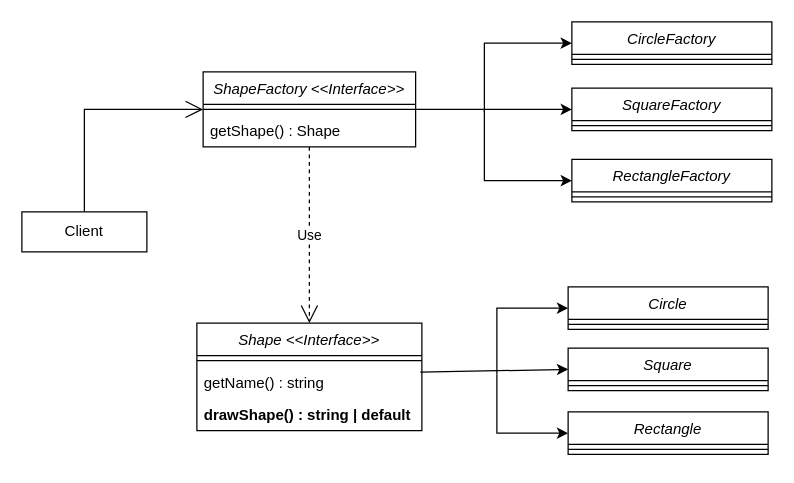
Before: umls/Factory.drawio in rishabmamgai/LLD, a draw.io diagram. Source tidied: cells renumbered, new cells numbered last; positions are measured from the earlier drawing's top-left corner, leaving out a move shared by most shapes. Both pictures are drawn from the tidied source at 125%, with x=0, y=0 at pixel (21, 21).
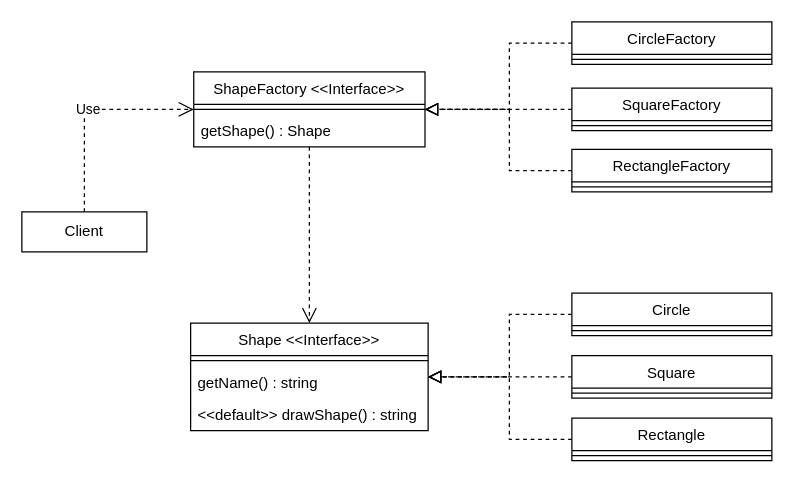
The same page after the edit.

What changed in the source:
```diff
@@
-    <mxCell id="2" value="ShapeFactory &lt;&lt;Interface&gt;&gt;" style="swimlane;fontStyle=2;align=center;verticalAlign=top;horizontal=1;startSize=26;rounded=0;shadow=0;strokeWidth=1;" parent="1" vertex="1">
-      <mxGeometry x="145" y="40" width="170" height="60" as="geometry" />
+    <mxCell id="2" value="ShapeFactory &lt;&lt;Interface&gt;&gt;" style="swimlane;fontStyle=0;align=center;verticalAlign=top;horizontal=1;startSize=26;rounded=0;shadow=0;strokeWidth=1;" parent="1" vertex="1">
+      <mxGeometry x="137.5" y="40" width="185" height="60" as="geometry" />
     </mxCell>
     <mxCell id="3" style="line;html=1;strokeWidth=1;align=left;verticalAlign=middle;spacingTop=-1;spacingLeft=3;spacingRight=3;labelPosition=right;" parent="2" vertex="1">
-      <mxGeometry y="26" width="170" height="8" as="geometry" />
+      <mxGeometry y="26" width="185" height="8" as="geometry" />
     </mxCell>
     <mxCell id="4" value="getShape() : Shape" style="text;align=left;verticalAlign=top;spacingLeft=4;spacingRight=4;overflow=hidden;" parent="2" vertex="1">
-      <mxGeometry y="34" width="170" height="26" as="geometry" />
+      <mxGeometry y="34" width="185" height="26" as="geometry" />
     </mxCell>
-    <mxCell id="5" value="SquareFactory" style="swimlane;fontStyle=2;align=center;verticalAlign=top;horizontal=1;startSize=26;rounded=0;shadow=0;strokeWidth=1;" parent="1" vertex="1">
+    <mxCell id="5" value="SquareFactory" style="swimlane;fontStyle=0;align=center;verticalAlign=top;horizontal=1;startSize=26;rounded=0;shadow=0;strokeWidth=1;" parent="1" vertex="1">
       <mxGeometry x="440" y="53" width="160" height="34" as="geometry" />
     </mxCell>
@@
-    <mxCell id="7" value="CircleFactory" style="swimlane;fontStyle=2;align=center;verticalAlign=top;horizontal=1;startSize=26;rounded=0;shadow=0;strokeWidth=1;" parent="1" vertex="1">
+    <mxCell id="7" value="CircleFactory" style="swimlane;fontStyle=0;align=center;verticalAlign=top;horizontal=1;startSize=26;rounded=0;shadow=0;strokeWidth=1;" parent="1" vertex="1">
       <mxGeometry x="440" width="160" height="34" as="geometry" />
     </mxCell>
@@
-    <mxCell id="9" value="RectangleFactory" style="swimlane;fontStyle=2;align=center;verticalAlign=top;horizontal=1;startSize=26;rounded=0;shadow=0;strokeWidth=1;" parent="1" vertex="1">
-      <mxGeometry x="440" y="110" width="160" height="34" as="geometry" />
+    <mxCell id="9" value="RectangleFactory" style="swimlane;fontStyle=0;align=center;verticalAlign=top;horizontal=1;startSize=26;rounded=0;shadow=0;strokeWidth=1;" parent="1" vertex="1">
+      <mxGeometry x="440" y="102" width="160" height="34" as="geometry" />
     </mxCell>
@@
-    <mxCell id="11" style="endArrow=classic;html=1;rounded=0;entryX=0;entryY=0.5;entryDx=0;entryDy=0;exitX=1;exitY=0.5;exitDx=0;exitDy=0;" parent="1" edge="1" source="2" target="5">
-      <mxGeometry relative="1" as="geometry" />
-    </mxCell>
-    <mxCell id="12" style="endArrow=classic;html=1;rounded=0;entryX=0;entryY=0.5;entryDx=0;entryDy=0;" parent="1" edge="1" target="7">
-      <mxGeometry relative="1" as="geometry">
-        <mxPoint x="370" y="72" as="sourcePoint" />
-        <Array as="points">
-          <mxPoint x="370" y="17" />
-        </Array>
-      </mxGeometry>
-    </mxCell>
-    <mxCell id="13" style="endArrow=classic;html=1;rounded=0;entryX=0;entryY=0.5;entryDx=0;entryDy=0;" parent="1" edge="1" target="9">
-      <mxGeometry relative="1" as="geometry">
-        <mxPoint x="370" y="70" as="sourcePoint" />
-        <Array as="points">
-          <mxPoint x="370" y="127" />
-        </Array>
-      </mxGeometry>
-    </mxCell>
-    <mxCell id="14" value="Shape &lt;&lt;Interface&gt;&gt;" style="swimlane;fontStyle=2;align=center;verticalAlign=top;horizontal=1;startSize=26;rounded=0;shadow=0;strokeWidth=1;" parent="1" vertex="1">
-      <mxGeometry x="140" y="241" width="180" height="86" as="geometry" />
+    <mxCell id="14" value="Shape &lt;&lt;Interface&gt;&gt;" style="swimlane;fontStyle=0;align=center;verticalAlign=top;horizontal=1;startSize=26;rounded=0;shadow=0;strokeWidth=1;" parent="1" vertex="1">
+      <mxGeometry x="135" y="241" width="190" height="86" as="geometry" />
     </mxCell>
     <mxCell id="15" style="line;html=1;strokeWidth=1;align=left;verticalAlign=middle;spacingTop=-1;spacingLeft=3;spacingRight=3;labelPosition=right;" parent="14" vertex="1">
-      <mxGeometry y="26" width="180" height="8" as="geometry" />
+      <mxGeometry y="26" width="190" height="8" as="geometry" />
     </mxCell>
     <mxCell id="16" value="getName() : string" style="text;align=left;verticalAlign=top;spacingLeft=4;spacingRight=4;overflow=hidden;points=[[0,0.5],[1,0.5]];portConstraint=eastwest;" parent="14" vertex="1">
-      <mxGeometry y="34" width="180" height="26" as="geometry" />
+      <mxGeometry y="34" width="190" height="26" as="geometry" />
     </mxCell>
-    <mxCell id="17" value="drawShape() : string | default" style="text;align=left;verticalAlign=top;spacingLeft=4;spacingRight=4;overflow=hidden;fontStyle=1;" parent="14" vertex="1">
-      <mxGeometry y="60" width="180" height="26" as="geometry" />
+    <mxCell id="17" value="&lt;&lt;default&gt;&gt; drawShape() : string" style="text;align=left;verticalAlign=top;spacingLeft=4;spacingRight=4;overflow=hidden;fontStyle=0;" parent="14" vertex="1">
+      <mxGeometry y="60" width="190" height="26" as="geometry" />
     </mxCell>
-    <mxCell id="18" value="Square" style="swimlane;fontStyle=2;align=center;verticalAlign=top;horizontal=1;startSize=26;rounded=0;shadow=0;strokeWidth=1;" parent="1" vertex="1">
-      <mxGeometry x="437" y="261" width="160" height="34" as="geometry" />
+    <mxCell id="18" value="Square" style="swimlane;fontStyle=0;align=center;verticalAlign=top;horizontal=1;startSize=26;rounded=0;shadow=0;strokeWidth=1;" parent="1" vertex="1">
+      <mxGeometry x="440" y="267" width="160" height="34" as="geometry" />
     </mxCell>
@@
-    <mxCell id="20" value="Circle" style="swimlane;fontStyle=2;align=center;verticalAlign=top;horizontal=1;startSize=26;rounded=0;shadow=0;strokeWidth=1;" parent="1" vertex="1">
-      <mxGeometry x="437" y="212" width="160" height="34" as="geometry" />
+    <mxCell id="20" value="Circle" style="swimlane;fontStyle=0;align=center;verticalAlign=top;horizontal=1;startSize=26;rounded=0;shadow=0;strokeWidth=1;" parent="1" vertex="1">
+      <mxGeometry x="440" y="217" width="160" height="34" as="geometry" />
     </mxCell>
@@
-    <mxCell id="22" value="Rectangle" style="swimlane;fontStyle=2;align=center;verticalAlign=top;horizontal=1;startSize=26;rounded=0;shadow=0;strokeWidth=1;" parent="1" vertex="1">
-      <mxGeometry x="437" y="312" width="160" height="34" as="geometry" />
+    <mxCell id="22" value="Rectangle" style="swimlane;fontStyle=0;align=center;verticalAlign=top;horizontal=1;startSize=26;rounded=0;shadow=0;strokeWidth=1;" parent="1" vertex="1">
+      <mxGeometry x="440" y="317" width="160" height="34" as="geometry" />
     </mxCell>
@@
-    <mxCell id="24" style="endArrow=classic;html=1;rounded=0;entryX=0;entryY=0.5;entryDx=0;entryDy=0;exitX=0.993;exitY=0.201;exitDx=0;exitDy=0;exitPerimeter=0;" parent="1" edge="1" source="16" target="18">
-      <mxGeometry relative="1" as="geometry" />
-    </mxCell>
-    <mxCell id="25" style="endArrow=classic;html=1;rounded=0;entryX=0;entryY=0.5;entryDx=0;entryDy=0;" parent="1" edge="1" target="20">
-      <mxGeometry relative="1" as="geometry">
-        <mxPoint x="380" y="282" as="sourcePoint" />
-        <Array as="points">
-          <mxPoint x="380" y="229" />
-        </Array>
-      </mxGeometry>
-    </mxCell>
-    <mxCell id="26" style="endArrow=classic;html=1;rounded=0;entryX=0;entryY=0.5;entryDx=0;entryDy=0;" parent="1" edge="1" target="22">
-      <mxGeometry relative="1" as="geometry">
-        <mxPoint x="380" y="282" as="sourcePoint" />
-        <Array as="points">
-          <mxPoint x="380" y="329" />
-        </Array>
-      </mxGeometry>
-    </mxCell>
+    <mxCell id="28" value="Client" style="rounded=0;whiteSpace=wrap;html=1;" parent="1" vertex="1">
+      <mxGeometry y="152" width="100" height="32" as="geometry" />
+    </mxCell>
+    <mxCell id="30" style="endArrow=block;html=1;rounded=0;dashed=1;endSize=8;endFill=0;exitX=0;exitY=0.5;exitDx=0;exitDy=0;entryX=1;entryY=0.5;entryDx=0;entryDy=0;" parent="1" edge="1" source="20" target="14">
+      <mxGeometry relative="1" as="geometry">
+        <Array as="points">
+          <mxPoint x="390" y="234" />
+          <mxPoint x="390" y="284" />
+        </Array>
+      </mxGeometry>
+    </mxCell>
+    <mxCell id="31" style="endArrow=block;html=1;rounded=0;dashed=1;endSize=8;endFill=0;exitX=0;exitY=0.5;exitDx=0;exitDy=0;entryX=1;entryY=0.5;entryDx=0;entryDy=0;" parent="1" edge="1" source="22" target="14">
+      <mxGeometry relative="1" as="geometry">
+        <Array as="points">
+          <mxPoint x="390" y="334" />
+          <mxPoint x="390" y="284" />
+        </Array>
+      </mxGeometry>
+    </mxCell>
+    <mxCell id="32" style="endArrow=block;html=1;rounded=0;dashed=1;endSize=8;endFill=0;exitX=0;exitY=0.5;exitDx=0;exitDy=0;entryX=1;entryY=0.5;entryDx=0;entryDy=0;" parent="1" edge="1" source="18" target="14">
+      <mxGeometry relative="1" as="geometry" />
+    </mxCell>
+    <mxCell id="33" style="endArrow=block;html=1;rounded=0;dashed=1;endSize=8;endFill=0;exitX=0;exitY=0.5;exitDx=0;exitDy=0;entryX=1;entryY=0.5;entryDx=0;entryDy=0;" parent="1" edge="1" source="7" target="2">
+      <mxGeometry relative="1" as="geometry">
+        <Array as="points">
+          <mxPoint x="390" y="17" />
+          <mxPoint x="390" y="70" />
+        </Array>
+      </mxGeometry>
+    </mxCell>
+    <mxCell id="34" style="endArrow=block;html=1;rounded=0;dashed=1;endSize=8;endFill=0;exitX=0;exitY=0.5;exitDx=0;exitDy=0;entryX=1;entryY=0.5;entryDx=0;entryDy=0;" parent="1" edge="1" source="9" target="2">
+      <mxGeometry relative="1" as="geometry">
+        <Array as="points">
+          <mxPoint x="390" y="119" />
+          <mxPoint x="390" y="70" />
+        </Array>
+      </mxGeometry>
+    </mxCell>
+    <mxCell id="35" style="endArrow=block;html=1;rounded=0;dashed=1;endSize=8;endFill=0;exitX=0;exitY=0.5;exitDx=0;exitDy=0;entryX=1;entryY=0.5;entryDx=0;entryDy=0;" parent="1" edge="1" source="5" target="2">
+      <mxGeometry relative="1" as="geometry">
+        <Array as="points">
+          <mxPoint x="400" y="70" />
+        </Array>
+      </mxGeometry>
+    </mxCell>
+    <mxCell id="36" style="endArrow=open;html=1;rounded=0;dashed=1;endSize=10;endFill=0;entryX=0.5;entryY=0;entryDx=0;entryDy=0;exitX=0.5;exitY=1;exitDx=0;exitDy=0;" parent="1" edge="1" source="2" target="14">
+      <mxGeometry relative="1" as="geometry" />
+    </mxCell>
-    <mxCell id="27" value="Use" style="endArrow=open;endSize=12;dashed=1;html=1;rounded=0;entryX=0.5;entryY=0;entryDx=0;entryDy=0;exitX=0.5;exitY=1;exitDx=0;exitDy=0;" parent="1" edge="1" source="2" target="14">
-      <mxGeometry relative="1" as="geometry" />
+    <mxCell id="27" value="Use" style="endArrow=open;endSize=10;dashed=1;html=1;rounded=0;exitX=0.5;exitY=0;exitDx=0;exitDy=0;entryX=0;entryY=0.5;entryDx=0;entryDy=0;" parent="1" edge="1" source="28" target="2">
+      <mxGeometry relative="1" as="geometry">
+        <Array as="points">
+          <mxPoint x="50" y="70" />
+        </Array>
+      </mxGeometry>
     </mxCell>
-    <mxCell id="28" value="Client" style="rounded=0;whiteSpace=wrap;html=1;" parent="1" vertex="1">
-      <mxGeometry y="152" width="100" height="32" as="geometry" />
-    </mxCell>
-    <mxCell id="29" style="endArrow=open;html=1;rounded=0;exitX=0.5;exitY=0;exitDx=0;exitDy=0;endSize=12;endFill=0;entryX=0;entryY=0.5;entryDx=0;entryDy=0;" parent="1" edge="1" source="28" target="2">
-      <mxGeometry relative="1" as="geometry">
-        <Array as="points">
-          <mxPoint x="50" y="70" />
-        </Array>
-      </mxGeometry>
-    </mxCell>
```
